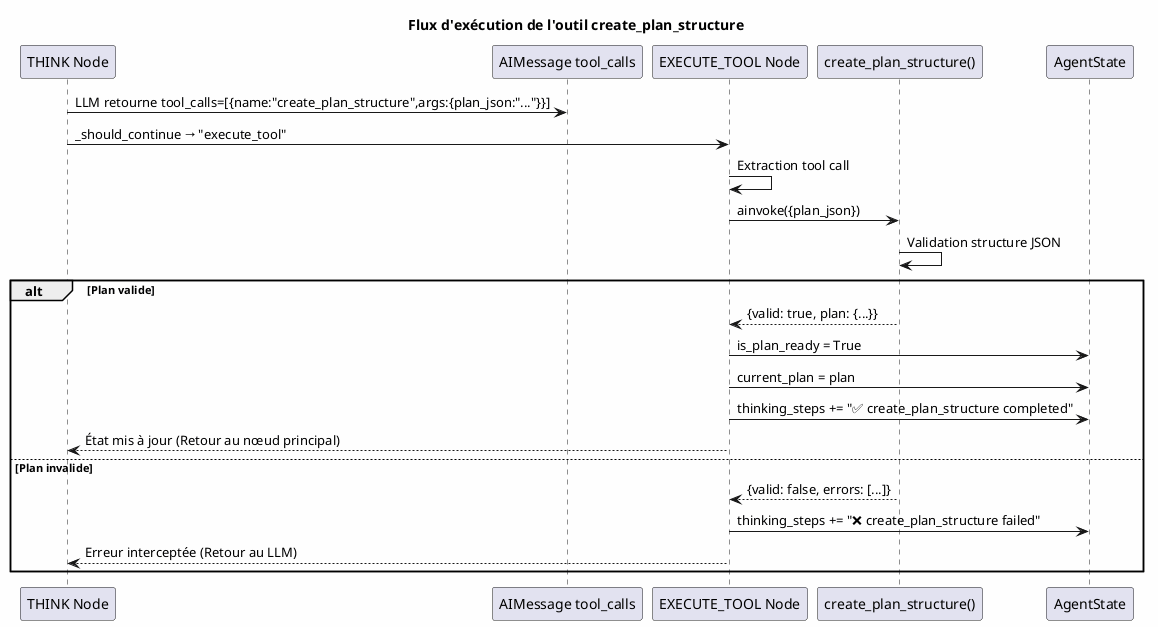
Before: diagrams/fig_04_tool_execution_flow.png, a diagram exported from PlantUML (ahmed-addali/rapport).
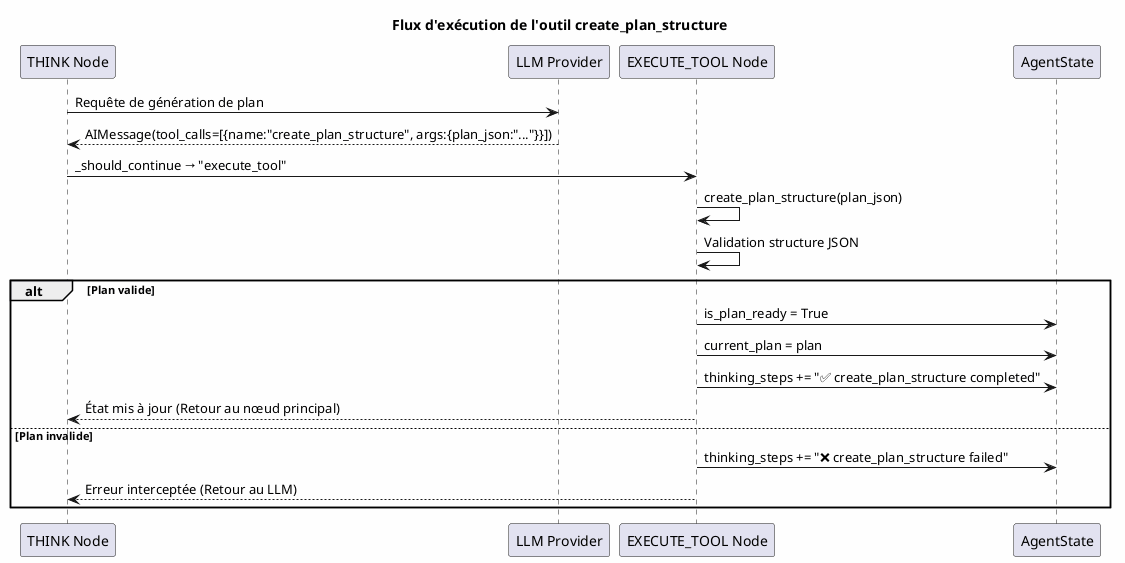
Later version of the same file.

The edit, as a diff of the source:
```diff
@@ -5,22 +5,20 @@
 title Flux d'exécution de l'outil create_plan_structure
 
 participant "THINK Node" as Think
-participant "AIMessage tool_calls" as AIMsg
+participant "LLM Provider" as LLM
 participant "EXECUTE_TOOL Node" as Exec
-participant "create_plan_structure()" as Tool
 participant "AgentState" as State
 
-Think -> AIMsg : LLM retourne tool_calls=[{name:"create_plan_structure",args:{plan_json:"..."}}]
+Think -> LLM : Requête de génération de plan
+LLM --> Think : AIMessage(tool_calls=[{name:"create_plan_structure", args:{plan_json:"..."}}])
+
 Think -> Exec : _should_continue → "execute_tool"
 
-Exec -> Exec : Extraction tool call
-Exec -> Tool : ainvoke({plan_json})
+Exec -> Exec : create_plan_structure(plan_json)
 
-Tool -> Tool : Validation structure JSON
-
+Exec -> Exec : Validation structure JSON
 
 alt Plan valide
-  Tool --> Exec : {valid: true, plan: {...}}
   Exec -> State : is_plan_ready = True
   Exec -> State : current_plan = plan
   Exec -> State : thinking_steps += "✅ create_plan_structure completed"
@@ -28,7 +26,6 @@
   Exec --> Think : État mis à jour (Retour au nœud principal)
 
 else Plan invalide
-  Tool --> Exec : {valid: false, errors: [...]}
   Exec -> State : thinking_steps += "❌ create_plan_structure failed"
 
   Exec --> Think : Erreur interceptée (Retour au LLM)
```
